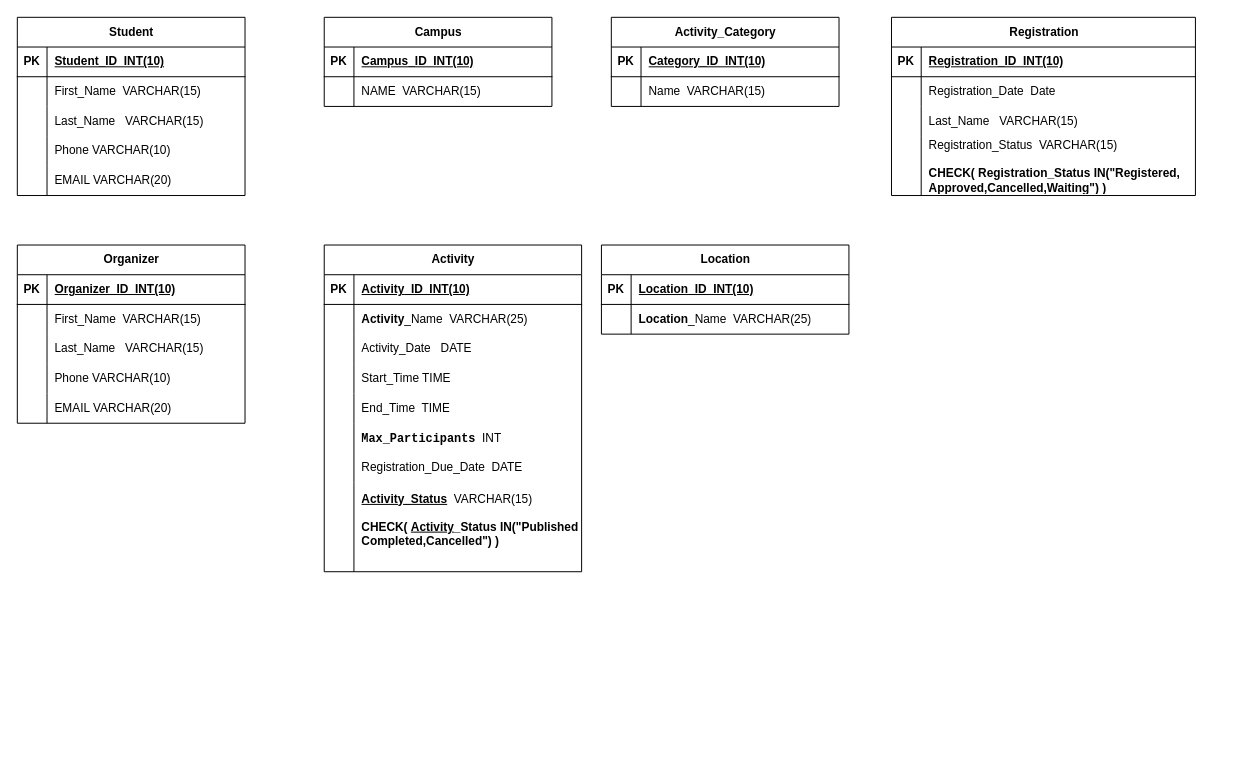
This is database design-353Project.drawio from Abdulrhman-jr/IT353--Project-AbdulrhmanJabr, a draw.io file, before an edit. Source tidied: cells renumbered, new cells numbered last; positions are measured from the earlier drawing's top-left corner, leaving out a move shared by most shapes. Both pictures are drawn from the tidied source at 99%, with x=0, y=0 at pixel (17, 17).
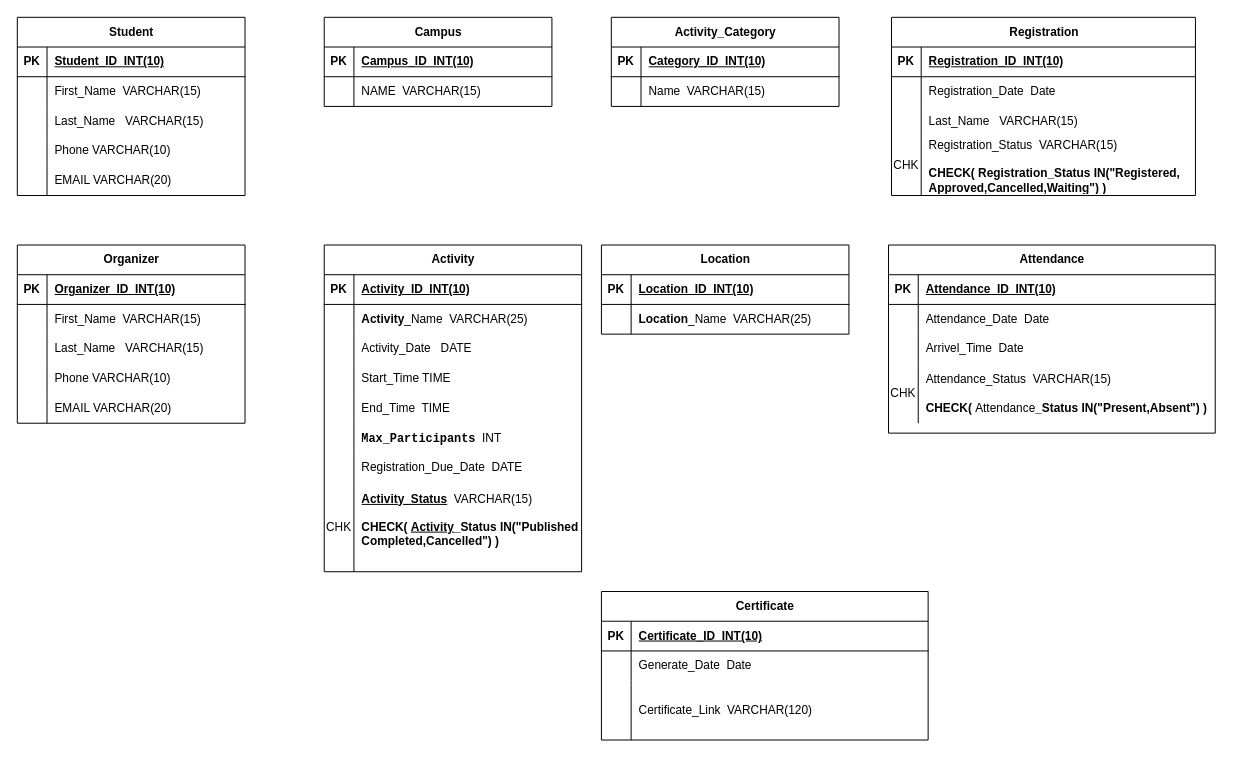
After the change.

Commit message:
Continue Creating initial database tables

Unchanged cells that the change refers to:
```xml
<mxCell id="70" style="shape=tableRow;horizontal=0;startSize=0;swimlaneHead=0;swimlaneBody=0;fillColor=none;top=0;left=0;right=0;bottom=0;fontStyle=1;" parent="48" vertex="1">
  <mxGeometry y="240" width="260" height="90" as="geometry" />
</mxCell>
<mxCell id="90" style="shape=tableRow;horizontal=0;startSize=0;swimlaneHead=0;swimlaneBody=0;fillColor=none;top=0;left=0;right=0;bottom=0;" parent="80" vertex="1">
  <mxGeometry y="120" width="307" height="60" as="geometry" />
</mxCell>
```

The edit, as a diff of the source:
```diff
@@
-    <mxCell id="71" style="shape=partialRectangle;fillColor=none;top=0;left=0;bottom=0;right=0;overflow=hidden;whiteSpace=wrap;html=1;" parent="70" vertex="1">
+    <mxCell id="71" value="CHK" style="shape=partialRectangle;fillColor=none;top=0;left=0;bottom=0;right=0;overflow=hidden;whiteSpace=wrap;html=1;" parent="70" vertex="1">
       <mxGeometry width="30" height="90" as="geometry" />
     </mxCell>
@@
-    <mxCell id="91" style="shape=partialRectangle;fillColor=none;top=0;left=0;bottom=0;right=0;overflow=hidden;whiteSpace=wrap;html=1;" parent="90" vertex="1">
+    <mxCell id="91" value="CHK" style="shape=partialRectangle;fillColor=none;top=0;left=0;bottom=0;right=0;overflow=hidden;whiteSpace=wrap;html=1;" parent="90" vertex="1">
       <mxGeometry width="30" height="60" as="geometry" />
     </mxCell>
@@
+    <mxCell id="93" value="Attendance" style="shape=table;startSize=30;childLayout=tableLayout;rowLines=0;fontStyle=1;align=center;html=1;" parent="1" vertex="1">
+      <mxGeometry x="880" y="230" width="330" height="190" as="geometry" />
+    </mxCell>
+    <mxCell id="94" style="shape=tableRow;horizontal=0;startSize=0;swimlaneHead=0;swimlaneBody=0;fillColor=none;top=0;left=0;right=0;bottom=1;" parent="93" vertex="1">
+      <mxGeometry y="30" width="330" height="30" as="geometry" />
+    </mxCell>
+    <mxCell id="95" value="PK" style="shape=partialRectangle;fillColor=none;top=0;left=0;bottom=0;right=0;fontStyle=1;overflow=hidden;whiteSpace=wrap;html=1;" parent="94" vertex="1">
+      <mxGeometry width="30" height="30" as="geometry" />
+    </mxCell>
+    <mxCell id="96" value="Attendance_ID&amp;nbsp; INT(10)" style="shape=partialRectangle;fillColor=none;top=0;left=0;bottom=0;right=0;align=left;spacingLeft=6;fontStyle=5;overflow=hidden;whiteSpace=wrap;html=1;" parent="94" vertex="1">
+      <mxGeometry x="30" width="300" height="30" as="geometry" />
+    </mxCell>
+    <mxCell id="97" style="shape=tableRow;horizontal=0;startSize=0;swimlaneHead=0;swimlaneBody=0;fillColor=none;top=0;left=0;right=0;bottom=0;" parent="93" vertex="1">
+      <mxGeometry y="60" width="330" height="30" as="geometry" />
+    </mxCell>
+    <mxCell id="98" style="shape=partialRectangle;fillColor=none;top=0;left=0;bottom=0;right=0;overflow=hidden;whiteSpace=wrap;html=1;" parent="97" vertex="1">
+      <mxGeometry width="30" height="30" as="geometry" />
+    </mxCell>
+    <mxCell id="99" value="Attendance_Date&amp;nbsp; Date" style="shape=partialRectangle;fillColor=none;top=0;left=0;bottom=0;right=0;align=left;spacingLeft=6;overflow=hidden;whiteSpace=wrap;html=1;" parent="97" vertex="1">
+      <mxGeometry x="30" width="300" height="30" as="geometry" />
+    </mxCell>
+    <mxCell id="100" style="shape=tableRow;horizontal=0;startSize=0;swimlaneHead=0;swimlaneBody=0;fillColor=none;top=0;left=0;right=0;bottom=0;" parent="93" vertex="1">
+      <mxGeometry y="90" width="330" height="30" as="geometry" />
+    </mxCell>
+    <mxCell id="101" style="shape=partialRectangle;fillColor=none;top=0;left=0;bottom=0;right=0;overflow=hidden;whiteSpace=wrap;html=1;" parent="100" vertex="1">
+      <mxGeometry width="30" height="30" as="geometry" />
+    </mxCell>
+    <mxCell id="102" value="Arrivel_Time&amp;nbsp; Date" style="shape=partialRectangle;fillColor=none;top=0;left=0;bottom=0;right=0;align=left;spacingLeft=6;overflow=hidden;whiteSpace=wrap;html=1;" parent="100" vertex="1">
+      <mxGeometry x="30" width="300" height="30" as="geometry" />
+    </mxCell>
+    <mxCell id="103" style="shape=tableRow;horizontal=0;startSize=0;swimlaneHead=0;swimlaneBody=0;fillColor=none;top=0;left=0;right=0;bottom=0;" parent="93" vertex="1">
+      <mxGeometry y="120" width="330" height="60" as="geometry" />
+    </mxCell>
+    <mxCell id="104" value="CHK" style="shape=partialRectangle;fillColor=none;top=0;left=0;bottom=0;right=0;overflow=hidden;whiteSpace=wrap;html=1;" parent="103" vertex="1">
+      <mxGeometry width="30" height="60" as="geometry" />
+    </mxCell>
+    <mxCell id="105" value="Attendance_Status&amp;nbsp; VARCHAR(15)&lt;div&gt;&lt;br&gt;&lt;div&gt;&lt;b&gt;CHECK(&amp;nbsp;&lt;/b&gt;Attendance&lt;b&gt;&lt;span style=&quot;background-color: transparent; color: light-dark(rgb(0, 0, 0), rgb(255, 255, 255));&quot;&gt;_Status IN(&quot;&lt;/span&gt;&lt;span style=&quot;background-color: transparent; color: light-dark(rgb(0, 0, 0), rgb(255, 255, 255));&quot;&gt;Present,&lt;/span&gt;&lt;/b&gt;&lt;b style=&quot;background-color: transparent; color: light-dark(rgb(0, 0, 0), rgb(255, 255, 255));&quot;&gt;&lt;span style=&quot;background-color: transparent; color: light-dark(rgb(0, 0, 0), rgb(255, 255, 255));&quot;&gt;Absent&lt;/span&gt;&lt;span style=&quot;background-color: transparent; color: light-dark(rgb(0, 0, 0), rgb(255, 255, 255));&quot;&gt;&quot;) )&lt;/span&gt;&lt;/b&gt;&lt;/div&gt;&lt;/div&gt;" style="shape=partialRectangle;fillColor=none;top=0;left=0;bottom=0;right=0;align=left;spacingLeft=6;overflow=hidden;whiteSpace=wrap;html=1;" parent="103" vertex="1">
+      <mxGeometry x="30" width="300" height="60" as="geometry" />
+    </mxCell>
+    <mxCell id="106" value="Certificate" style="shape=table;startSize=30;childLayout=tableLayout;rowLines=0;fontStyle=1;align=center;html=1;" parent="1" vertex="1">
+      <mxGeometry x="590" y="580" width="330" height="150" as="geometry" />
+    </mxCell>
+    <mxCell id="107" style="shape=tableRow;horizontal=0;startSize=0;swimlaneHead=0;swimlaneBody=0;fillColor=none;top=0;left=0;right=0;bottom=1;" parent="106" vertex="1">
+      <mxGeometry y="30" width="330" height="30" as="geometry" />
+    </mxCell>
+    <mxCell id="108" value="PK" style="shape=partialRectangle;fillColor=none;top=0;left=0;bottom=0;right=0;fontStyle=1;overflow=hidden;whiteSpace=wrap;html=1;" parent="107" vertex="1">
+      <mxGeometry width="30" height="30" as="geometry" />
+    </mxCell>
+    <mxCell id="109" value="Certificate_ID&amp;nbsp; INT(10)" style="shape=partialRectangle;fillColor=none;top=0;left=0;bottom=0;right=0;align=left;spacingLeft=6;fontStyle=5;overflow=hidden;whiteSpace=wrap;html=1;" parent="107" vertex="1">
+      <mxGeometry x="30" width="300" height="30" as="geometry" />
+    </mxCell>
+    <mxCell id="110" style="shape=tableRow;horizontal=0;startSize=0;swimlaneHead=0;swimlaneBody=0;fillColor=none;top=0;left=0;right=0;bottom=0;" parent="106" vertex="1">
+      <mxGeometry y="60" width="330" height="30" as="geometry" />
+    </mxCell>
+    <mxCell id="111" style="shape=partialRectangle;fillColor=none;top=0;left=0;bottom=0;right=0;overflow=hidden;whiteSpace=wrap;html=1;" parent="110" vertex="1">
+      <mxGeometry width="30" height="30" as="geometry" />
+    </mxCell>
+    <mxCell id="112" value="Generate_Date&amp;nbsp; Date" style="shape=partialRectangle;fillColor=none;top=0;left=0;bottom=0;right=0;align=left;spacingLeft=6;overflow=hidden;whiteSpace=wrap;html=1;" parent="110" vertex="1">
+      <mxGeometry x="30" width="300" height="30" as="geometry" />
+    </mxCell>
+    <mxCell id="113" style="shape=tableRow;horizontal=0;startSize=0;swimlaneHead=0;swimlaneBody=0;fillColor=none;top=0;left=0;right=0;bottom=0;" parent="106" vertex="1">
+      <mxGeometry y="90" width="330" height="60" as="geometry" />
+    </mxCell>
+    <mxCell id="114" style="shape=partialRectangle;fillColor=none;top=0;left=0;bottom=0;right=0;overflow=hidden;whiteSpace=wrap;html=1;" parent="113" vertex="1">
+      <mxGeometry width="30" height="60" as="geometry" />
+    </mxCell>
+    <mxCell id="115" value="Certificate_Link&amp;nbsp; VARCHAR(120)" style="shape=partialRectangle;fillColor=none;top=0;left=0;bottom=0;right=0;align=left;spacingLeft=6;overflow=hidden;whiteSpace=wrap;html=1;" parent="113" vertex="1">
+      <mxGeometry x="30" width="300" height="60" as="geometry" />
+    </mxCell>
```
